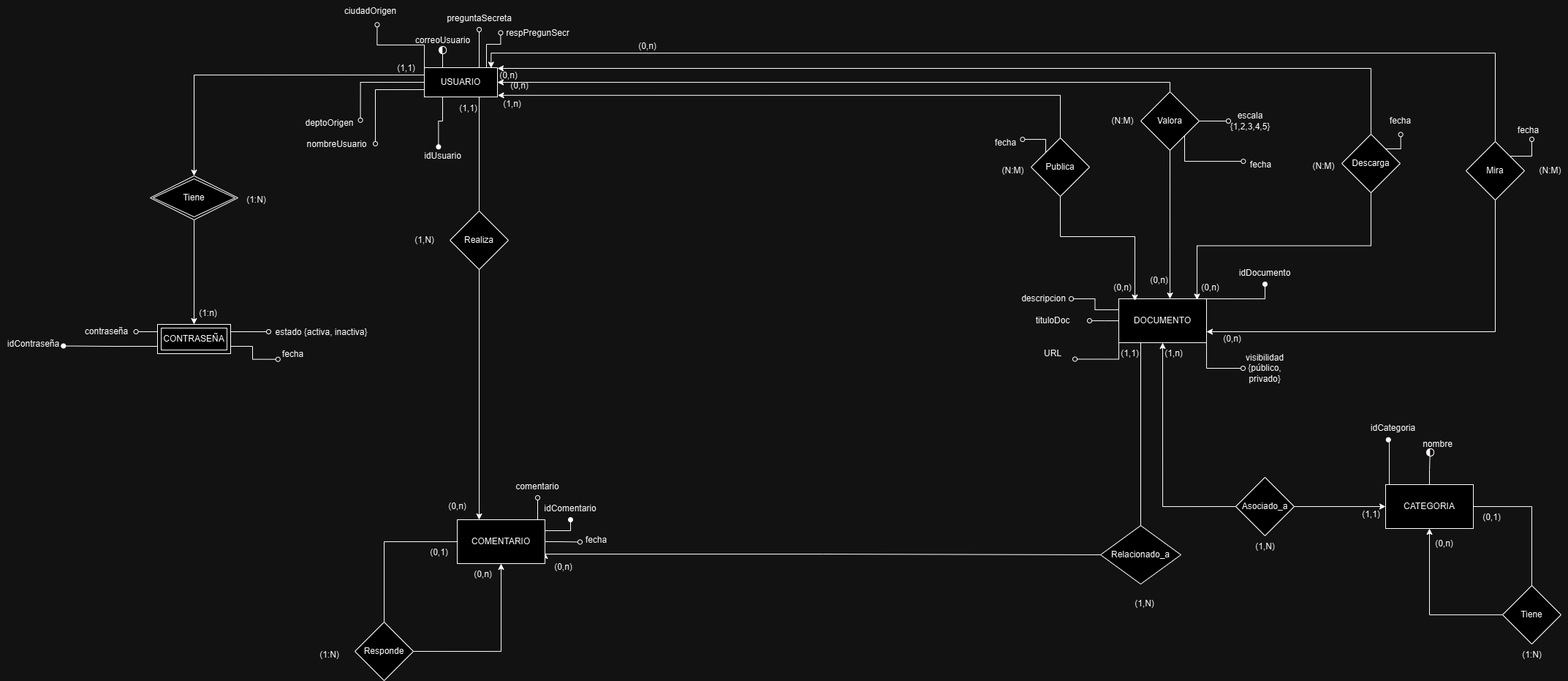
The draw.io diagram db_diagrams/SistemaWebDocTIC.drawio.png in JuanRuizIng/SistemaWebDocTIC_Almacenamiento, before a commit. Source tidied: cells renumbered, new cells last; positions are measured from the earlier drawing's top-left corner, leaving out a move shared by most shapes.
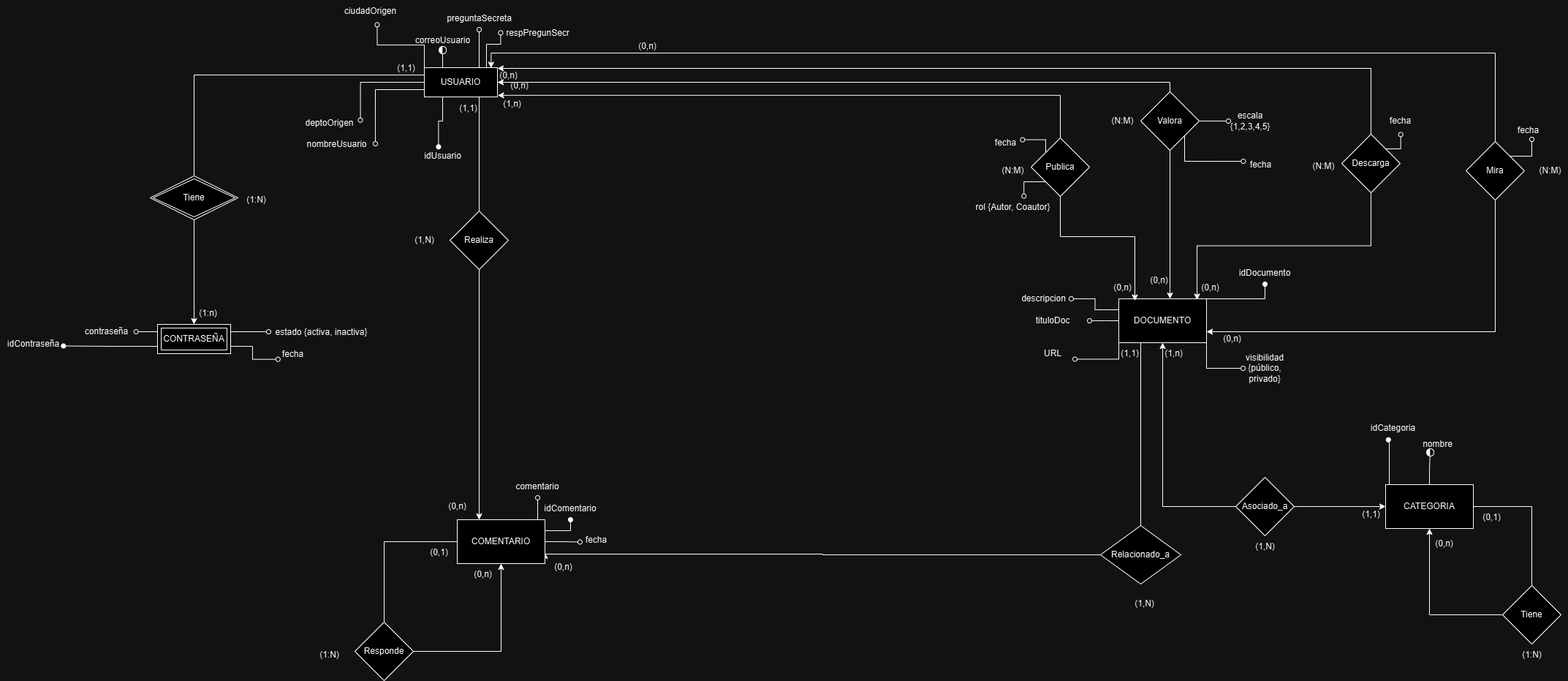
The same diagram one commit later.

Diff of the diagram source:
```diff
@@ -38,7 +38,7 @@
     <mxCell id="10" style="edgeStyle=orthogonalEdgeStyle;rounded=0;jettySize=auto;html=1;exitX=0.25;exitY=1;exitDx=0;exitDy=0;endArrow=oval;endFill=1;entryX=0.42;entryY=0.076;entryDx=0;entryDy=0;entryPerimeter=0;" parent="1" edge="1" source="12" target="102">
       <mxGeometry relative="1" as="geometry" />
     </mxCell>
-    <mxCell id="11" style="edgeStyle=orthogonalEdgeStyle;rounded=0;jettySize=auto;html=1;exitX=0;exitY=0.25;exitDx=0;exitDy=0;entryX=0.5;entryY=0;entryDx=0;entryDy=0;" parent="1" edge="1" source="12" target="119">
+    <mxCell id="11" style="edgeStyle=orthogonalEdgeStyle;rounded=0;jettySize=auto;html=1;exitX=0;exitY=0.25;exitDx=0;exitDy=0;entryX=0.5;entryY=0;entryDx=0;entryDy=0;endArrow=none;endFill=0;" parent="1" edge="1" source="12" target="119">
       <mxGeometry relative="1" as="geometry" />
     </mxCell>
     <mxCell id="12" value="USUARIO" style="whiteSpace=wrap;html=1;align=center;" parent="1" vertex="1">
@@ -426,5 +426,11 @@
     <mxCell id="124" value="fecha" style="text;html=1;align=center;verticalAlign=middle;points=[];strokeColor=none;fillColor=none;" parent="1" vertex="1">
       <mxGeometry x="1699" y="210" width="50" height="30" as="geometry" />
     </mxCell>
+    <mxCell id="125" value="rol {Autor, Coautor}" style="text;html=1;align=center;verticalAlign=middle;points=[];strokeColor=none;fillColor=none;" parent="1" vertex="1">
+      <mxGeometry x="1320" y="268" width="130" height="30" as="geometry" />
+    </mxCell>
+    <mxCell id="126" style="edgeStyle=orthogonalEdgeStyle;rounded=0;jettySize=auto;html=1;exitX=0;exitY=1;exitDx=0;exitDy=0;entryX=0.617;entryY=-0.013;entryDx=0;entryDy=0;entryPerimeter=0;endArrow=oval;endFill=0;" parent="1" edge="1" source="48" target="125">
+      <mxGeometry relative="1" as="geometry" />
+    </mxCell>
   </root>
 </mxGraphModel>
```
